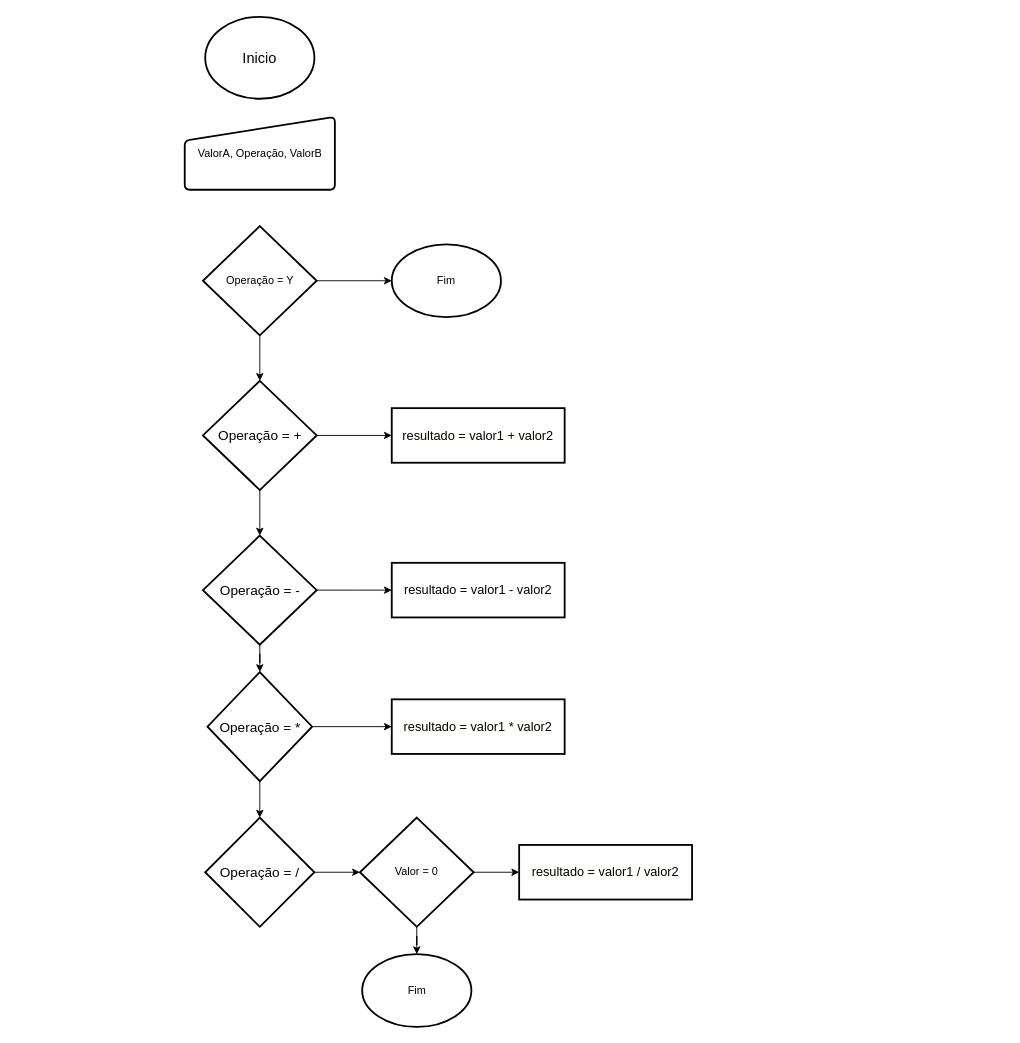
Earlier version of the draw.io diagram Untitled Diagram.drawio (AmandaCasagrande/ADS_IFSC). Source tidied: cells renumbered, new cells numbered last; positions are measured from the earlier drawing's top-left corner, leaving out a move shared by most shapes. Both pictures are drawn from the tidied source at 91%, with x=0, y=0 at pixel (184, 16).
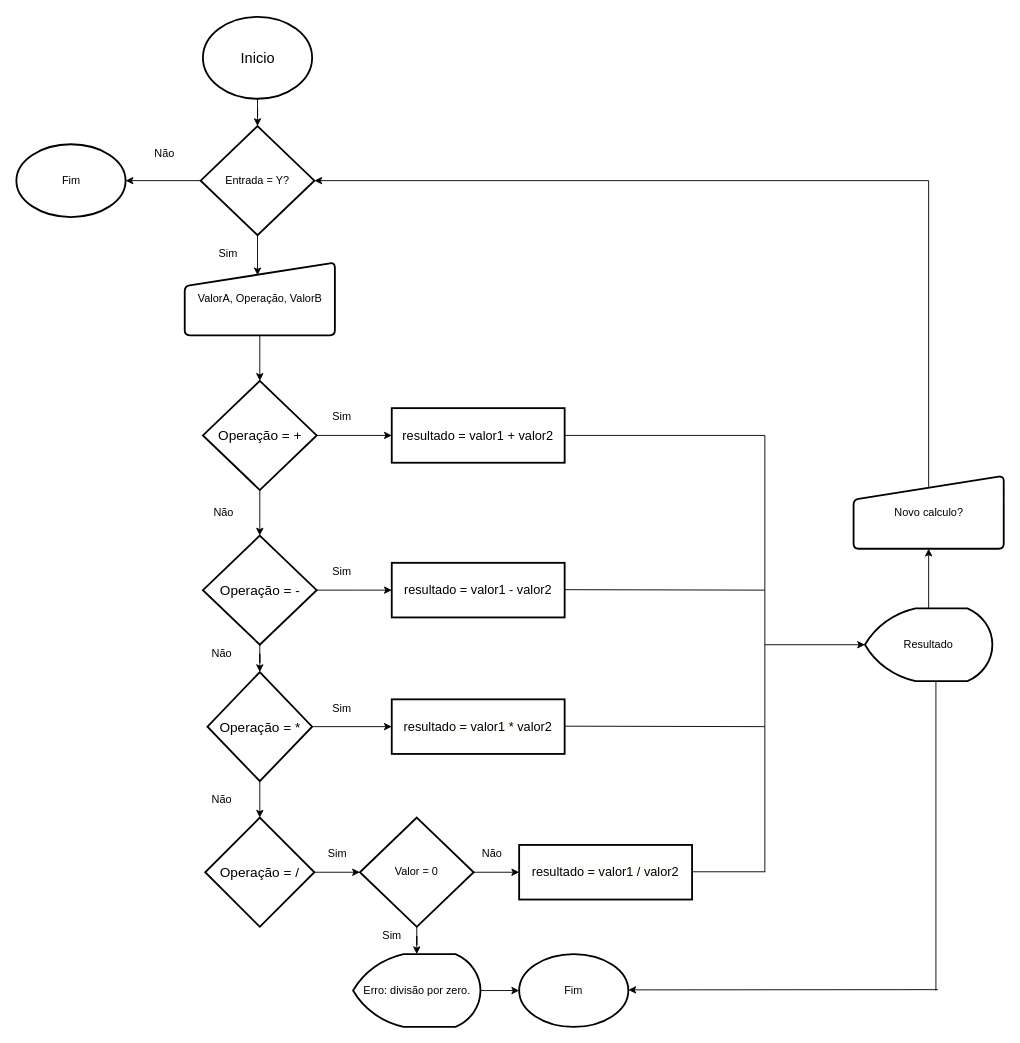
Above is the later version.

Unchanged cells that the change refers to:
```xml
<mxCell id="10" value="&lt;font style=&quot;font-size: 15px&quot;&gt;Operação = +&lt;/font&gt;" style="strokeWidth=2;html=1;shape=mxgraph.flowchart.decision;whiteSpace=wrap;" parent="1" vertex="1">
  <mxGeometry x="20.5" y="400" width="125" height="120" as="geometry" />
</mxCell>
<mxCell id="25" value="Valor = 0" style="rhombus;whiteSpace=wrap;html=1;strokeWidth=2;" parent="1" vertex="1">
  <mxGeometry x="193" y="880" width="125" height="120" as="geometry" />
</mxCell>
```

Diff of the diagram source:
```diff
@@
-    <mxCell id="2" style="edgeStyle=orthogonalEdgeStyle;rounded=0;jettySize=auto;html=1;" parent="1" edge="1" source="4" target="10">
-      <mxGeometry relative="1" as="geometry" />
-    </mxCell>
+    <mxCell id="27" style="endArrow=classic;html=1;strokeWidth=1;exitX=0.5;exitY=1;exitDx=0;exitDy=0;exitPerimeter=0;entryX=0.485;entryY=0.25;entryDx=0;entryDy=0;entryPerimeter=0;" parent="1" edge="1">
+      <mxGeometry relative="1" as="geometry">
+        <mxPoint x="80.5" y="234" as="sourcePoint" />
+        <mxPoint x="80.5" y="284" as="targetPoint" />
+      </mxGeometry>
+    </mxCell>
-    <mxCell id="3" style="edgeStyle=orthogonalEdgeStyle;rounded=0;jettySize=auto;html=1;" parent="1" edge="1" source="4" target="7">
+    <mxCell id="3" style="edgeStyle=orthogonalEdgeStyle;rounded=0;jettySize=auto;html=1;strokeWidth=1;" parent="1" edge="1" source="4" target="7">
       <mxGeometry relative="1" as="geometry" />
     </mxCell>
-    <mxCell id="4" value="Operação = Y" style="strokeWidth=2;html=1;shape=mxgraph.flowchart.decision;whiteSpace=wrap;" parent="1" vertex="1">
-      <mxGeometry x="20.5" y="230" width="125" height="120" as="geometry" />
+    <mxCell id="4" value="Entrada = Y?" style="strokeWidth=2;html=1;shape=mxgraph.flowchart.decision;whiteSpace=wrap;" parent="1" vertex="1">
+      <mxGeometry x="18" y="120" width="125" height="120" as="geometry" />
     </mxCell>
+    <mxCell id="28" style="edgeStyle=orthogonalEdgeStyle;rounded=0;jettySize=auto;html=1;strokeWidth=1;" parent="1" edge="1" source="5" target="4">
+      <mxGeometry relative="1" as="geometry" />
+    </mxCell>
     <mxCell id="5" value="&lt;font style=&quot;font-size: 16px&quot;&gt;Inicio&lt;/font&gt;" style="strokeWidth=2;html=1;shape=mxgraph.flowchart.start_1;whiteSpace=wrap;" parent="1" vertex="1">
-      <mxGeometry x="23" width="120" height="90" as="geometry" />
+      <mxGeometry x="20.5" width="120" height="90" as="geometry" />
     </mxCell>
+    <mxCell id="29" style="edgeStyle=orthogonalEdgeStyle;rounded=0;jettySize=auto;html=1;strokeWidth=1;" parent="1" edge="1" source="6" target="10">
+      <mxGeometry relative="1" as="geometry" />
+    </mxCell>
     <mxCell id="6" value="ValorA, Operação, ValorB" style="html=1;strokeWidth=2;shape=manualInput;whiteSpace=wrap;rounded=1;size=26;arcSize=11;" parent="1" vertex="1">
-      <mxGeometry x="0.5" y="110" width="165" height="80" as="geometry" />
+      <mxGeometry x="0.5" y="270" width="165" height="80" as="geometry" />
     </mxCell>
-    <mxCell id="7" value="Fim" style="ellipse;whiteSpace=wrap;html=1;strokeWidth=2;" parent="1" vertex="1">
-      <mxGeometry x="228" y="250" width="120" height="80" as="geometry" />
-    </mxCell>
@@
-    <mxCell id="24" style="edgeStyle=orthogonalEdgeStyle;rounded=0;jettySize=auto;html=1;" parent="1" edge="1" source="25" target="26">
-      <mxGeometry relative="1" as="geometry" />
-    </mxCell>
+    <mxCell id="30" style="edgeStyle=orthogonalEdgeStyle;rounded=0;jettySize=auto;html=1;strokeWidth=1;" parent="1" edge="1" source="25" target="42">
+      <mxGeometry relative="1" as="geometry" />
+    </mxCell>
@@
     <mxCell id="26" value="Fim" style="ellipse;whiteSpace=wrap;html=1;strokeWidth=2;" parent="1" vertex="1">
-      <mxGeometry x="195.5" y="1030" width="120" height="80" as="geometry" />
+      <mxGeometry x="368" y="1030" width="120" height="80" as="geometry" />
     </mxCell>
+    <mxCell id="31" style="endArrow=none;html=1;strokeWidth=1;" parent="1" edge="1">
+      <mxGeometry relative="1" as="geometry">
+        <mxPoint x="418" y="460" as="sourcePoint" />
+        <mxPoint x="638" y="460" as="targetPoint" />
+      </mxGeometry>
+    </mxCell>
+    <mxCell id="32" style="endArrow=none;html=1;strokeWidth=1;" parent="1" edge="1">
+      <mxGeometry relative="1" as="geometry">
+        <mxPoint x="418" y="629.5" as="sourcePoint" />
+        <mxPoint x="638" y="630" as="targetPoint" />
+      </mxGeometry>
+    </mxCell>
+    <mxCell id="33" style="endArrow=none;html=1;strokeWidth=1;" parent="1" edge="1">
+      <mxGeometry relative="1" as="geometry">
+        <mxPoint x="418" y="779.5" as="sourcePoint" />
+        <mxPoint x="638" y="780" as="targetPoint" />
+      </mxGeometry>
+    </mxCell>
+    <mxCell id="34" style="endArrow=none;html=1;strokeWidth=1;" parent="1" edge="1">
+      <mxGeometry relative="1" as="geometry">
+        <mxPoint x="558" y="939.5" as="sourcePoint" />
+        <mxPoint x="638" y="939.5" as="targetPoint" />
+      </mxGeometry>
+    </mxCell>
+    <mxCell id="35" style="edgeStyle=orthogonalEdgeStyle;rounded=0;jettySize=auto;html=1;strokeWidth=1;" parent="1" edge="1" source="36" target="43">
+      <mxGeometry relative="1" as="geometry" />
+    </mxCell>
+    <mxCell id="36" value="Resultado" style="strokeWidth=2;html=1;shape=mxgraph.flowchart.display;whiteSpace=wrap;" parent="1" vertex="1">
+      <mxGeometry x="748" y="650" width="140" height="80" as="geometry" />
+    </mxCell>
+    <mxCell id="37" style="endArrow=none;html=1;strokeWidth=1;" parent="1" edge="1">
+      <mxGeometry relative="1" as="geometry">
+        <mxPoint x="638" y="940" as="sourcePoint" />
+        <mxPoint x="638" y="460" as="targetPoint" />
+      </mxGeometry>
+    </mxCell>
+    <mxCell id="38" style="endArrow=classic;html=1;strokeWidth=1;entryX=0;entryY=0.5;entryDx=0;entryDy=0;entryPerimeter=0;" parent="1" edge="1" target="36">
+      <mxGeometry relative="1" as="geometry">
+        <mxPoint x="638" y="690" as="sourcePoint" />
+      </mxGeometry>
+    </mxCell>
+    <mxCell id="39" style="endArrow=none;html=1;strokeWidth=1;entryX=0.557;entryY=1.009;entryDx=0;entryDy=0;entryPerimeter=0;" parent="1" edge="1" target="36">
+      <mxGeometry relative="1" as="geometry">
+        <mxPoint x="826" y="1070" as="sourcePoint" />
+      </mxGeometry>
+    </mxCell>
+    <mxCell id="40" style="endArrow=classic;html=1;strokeWidth=1;" parent="1" edge="1">
+      <mxGeometry relative="1" as="geometry">
+        <mxPoint x="828" y="1069" as="sourcePoint" />
+        <mxPoint x="488" y="1069.3" as="targetPoint" />
+      </mxGeometry>
+    </mxCell>
+    <mxCell id="41" style="edgeStyle=orthogonalEdgeStyle;rounded=0;jettySize=auto;html=1;strokeWidth=1;" parent="1" edge="1" source="42" target="26">
+      <mxGeometry relative="1" as="geometry" />
+    </mxCell>
+    <mxCell id="42" value="Erro: divisão por zero." style="strokeWidth=2;html=1;shape=mxgraph.flowchart.display;whiteSpace=wrap;" parent="1" vertex="1">
+      <mxGeometry x="185.5" y="1030" width="140" height="80" as="geometry" />
+    </mxCell>
+    <mxCell id="43" value="Novo calculo?" style="html=1;strokeWidth=2;shape=manualInput;whiteSpace=wrap;rounded=1;size=26;arcSize=11;" parent="1" vertex="1">
+      <mxGeometry x="735.5" y="504.5" width="165" height="80" as="geometry" />
+    </mxCell>
+    <mxCell id="44" value="Sim" style="text;html=1;align=center;verticalAlign=middle;" parent="1" vertex="1">
+      <mxGeometry x="148" y="910" width="40" height="20" as="geometry" />
+    </mxCell>
+    <mxCell id="45" value="Não" style="text;html=1;align=center;verticalAlign=middle;" parent="1" vertex="1">
+      <mxGeometry x="318" y="910" width="40" height="20" as="geometry" />
+    </mxCell>
+    <mxCell id="46" value="Sim" style="text;html=1;align=center;verticalAlign=middle;" parent="1" vertex="1">
+      <mxGeometry x="208" y="1000" width="40" height="20" as="geometry" />
+    </mxCell>
+    <mxCell id="47" value="Sim" style="text;html=1;align=center;verticalAlign=middle;" parent="1" vertex="1">
+      <mxGeometry x="153" y="750" width="40" height="20" as="geometry" />
+    </mxCell>
+    <mxCell id="48" value="Sim" style="text;html=1;align=center;verticalAlign=middle;" parent="1" vertex="1">
+      <mxGeometry x="153" y="600" width="40" height="20" as="geometry" />
+    </mxCell>
+    <mxCell id="49" value="Sim" style="text;html=1;align=center;verticalAlign=middle;" parent="1" vertex="1">
+      <mxGeometry x="153" y="430" width="40" height="20" as="geometry" />
+    </mxCell>
+    <mxCell id="50" value="Não" style="text;html=1;align=center;verticalAlign=middle;" parent="1" vertex="1">
+      <mxGeometry x="23" y="534.5" width="40" height="20" as="geometry" />
+    </mxCell>
+    <mxCell id="51" value="Não" style="text;html=1;align=center;verticalAlign=middle;" parent="1" vertex="1">
+      <mxGeometry x="20.5" y="690" width="40" height="20" as="geometry" />
+    </mxCell>
+    <mxCell id="52" value="Não" style="text;html=1;align=center;verticalAlign=middle;" parent="1" vertex="1">
+      <mxGeometry x="20.5" y="850" width="40" height="20" as="geometry" />
+    </mxCell>
+    <mxCell id="53" style="endArrow=none;html=1;strokeWidth=1;" parent="1" edge="1">
+      <mxGeometry relative="1" as="geometry">
+        <mxPoint x="818" y="516.5" as="sourcePoint" />
+        <mxPoint x="818" y="180" as="targetPoint" />
+      </mxGeometry>
+    </mxCell>
+    <mxCell id="54" style="endArrow=classic;html=1;strokeWidth=1;entryX=1;entryY=0.5;entryDx=0;entryDy=0;entryPerimeter=0;" parent="1" edge="1" target="4">
+      <mxGeometry relative="1" as="geometry">
+        <mxPoint x="818" y="180" as="sourcePoint" />
+      </mxGeometry>
+    </mxCell>
+    <mxCell id="55" value="Sim" style="text;html=1;align=center;verticalAlign=middle;" parent="1" vertex="1">
+      <mxGeometry x="28" y="250" width="40" height="20" as="geometry" />
+    </mxCell>
+    <mxCell id="7" value="Fim" style="ellipse;whiteSpace=wrap;html=1;strokeWidth=2;" parent="1" vertex="1">
+      <mxGeometry x="-184.5" y="140" width="120" height="80" as="geometry" />
+    </mxCell>
+    <mxCell id="56" value="Não" style="text;html=1;align=center;verticalAlign=middle;" parent="1" vertex="1">
+      <mxGeometry x="-42" y="140" width="40" height="20" as="geometry" />
+    </mxCell>
```
